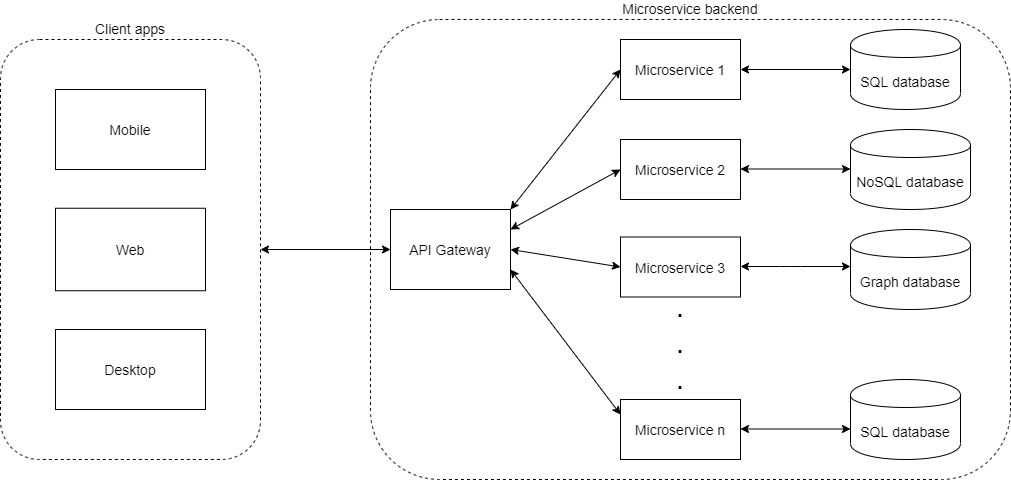
Before: assets/microservices.png, a diagram exported from draw.io (atomiv/atomiv.github.io). Source tidied: cells renumbered, new cells last; positions are measured from the earlier drawing's top-left corner, leaving out a move shared by most shapes. The source it was exported from:
```xml
<mxGraphModel background="#ffffff">
  <root>
    <mxCell id="0" />
    <mxCell id="1" parent="0" />
    <mxCell id="2" value="Client apps" style="rounded=1;whiteSpace=wrap;html=1;dashed=1;gradientColor=none;labelPosition=center;verticalLabelPosition=top;align=center;verticalAlign=bottom;fontSize=14;" parent="1" vertex="1">
      <mxGeometry y="20" width="260" height="420" as="geometry" />
    </mxCell>
    <mxCell id="3" value="Microservice backend" style="rounded=1;whiteSpace=wrap;html=1;dashed=1;labelPosition=center;verticalLabelPosition=top;align=center;verticalAlign=bottom;fontSize=14;" parent="1" vertex="1">
      <mxGeometry x="370" width="640" height="460" as="geometry" />
    </mxCell>
    <mxCell id="4" value="Mobile" style="rounded=0;whiteSpace=wrap;html=1;gradientColor=none;fontSize=14;" parent="1" vertex="1">
      <mxGeometry x="55" y="70" width="150" height="80" as="geometry" />
    </mxCell>
    <mxCell id="5" value="Web" style="rounded=0;whiteSpace=wrap;html=1;gradientColor=none;fontSize=14;" parent="1" vertex="1">
      <mxGeometry x="55" y="188.8" width="150" height="82.5" as="geometry" />
    </mxCell>
    <mxCell id="6" value="API Gateway" style="rounded=0;whiteSpace=wrap;html=1;gradientColor=none;fontSize=14;" parent="1" vertex="1">
      <mxGeometry x="390" y="190" width="120" height="80" as="geometry" />
    </mxCell>
    <mxCell id="7" style="endArrow=classic;startArrow=classic;html=1;entryX=0;entryY=0.5;entryDx=0;entryDy=0;fontSize=14;" parent="1" edge="1" source="2" target="6">
      <mxGeometry relative="1" as="geometry" />
    </mxCell>
    <mxCell id="8" value="Microservice 1" style="rounded=0;whiteSpace=wrap;html=1;gradientColor=none;fontSize=14;" parent="1" vertex="1">
      <mxGeometry x="620" y="20" width="120" height="60" as="geometry" />
    </mxCell>
    <mxCell id="9" value="Microservice n" style="rounded=0;whiteSpace=wrap;html=1;gradientColor=none;fontSize=14;" parent="1" vertex="1">
      <mxGeometry x="620" y="380" width="120" height="60" as="geometry" />
    </mxCell>
    <mxCell id="10" value="Microservice 2" style="rounded=0;whiteSpace=wrap;html=1;gradientColor=none;fontSize=14;" parent="1" vertex="1">
      <mxGeometry x="620" y="120" width="120" height="60" as="geometry" />
    </mxCell>
    <mxCell id="11" value="Microservice 3" style="rounded=0;whiteSpace=wrap;html=1;gradientColor=none;fontSize=14;" parent="1" vertex="1">
      <mxGeometry x="620" y="217.5" width="120" height="60" as="geometry" />
    </mxCell>
    <mxCell id="12" value=".&lt;br style=&quot;font-size: 30px;&quot;&gt;.&lt;br style=&quot;font-size: 30px;&quot;&gt;." style="text;html=1;strokeColor=none;fillColor=none;align=center;verticalAlign=middle;whiteSpace=wrap;rounded=0;fontSize=30;" parent="1" vertex="1">
      <mxGeometry x="660" y="285" width="40" height="75" as="geometry" />
    </mxCell>
    <mxCell id="13" style="endArrow=classic;startArrow=classic;html=1;fontSize=14;entryX=0;entryY=0.5;entryDx=0;entryDy=0;exitX=1;exitY=0;exitDx=0;exitDy=0;" parent="1" edge="1" source="6" target="8">
      <mxGeometry relative="1" as="geometry" />
    </mxCell>
    <mxCell id="14" style="endArrow=classic;startArrow=classic;html=1;fontSize=14;entryX=0;entryY=0.5;entryDx=0;entryDy=0;exitX=1;exitY=0.25;exitDx=0;exitDy=0;" parent="1" edge="1" source="6" target="10">
      <mxGeometry relative="1" as="geometry" />
    </mxCell>
    <mxCell id="15" style="endArrow=classic;startArrow=classic;html=1;fontSize=14;exitX=1;exitY=0.5;exitDx=0;exitDy=0;entryX=0;entryY=0.5;entryDx=0;entryDy=0;" parent="1" edge="1" source="6" target="11">
      <mxGeometry relative="1" as="geometry" />
    </mxCell>
    <mxCell id="16" style="endArrow=classic;startArrow=classic;html=1;fontSize=14;entryX=1;entryY=0.75;entryDx=0;entryDy=0;exitX=0;exitY=0.25;exitDx=0;exitDy=0;" parent="1" edge="1" source="9" target="6">
      <mxGeometry relative="1" as="geometry" />
    </mxCell>
    <mxCell id="17" value="SQL database" style="shape=cylinder;whiteSpace=wrap;html=1;boundedLbl=1;backgroundOutline=1;gradientColor=none;fontSize=14;" parent="1" vertex="1">
      <mxGeometry x="850" y="10" width="110" height="80" as="geometry" />
    </mxCell>
    <mxCell id="18" value="NoSQL database" style="shape=cylinder;whiteSpace=wrap;html=1;boundedLbl=1;backgroundOutline=1;gradientColor=none;fontSize=14;" parent="1" vertex="1">
      <mxGeometry x="850" y="110" width="120" height="80" as="geometry" />
    </mxCell>
    <mxCell id="19" value="Graph database" style="shape=cylinder;whiteSpace=wrap;html=1;boundedLbl=1;backgroundOutline=1;gradientColor=none;fontSize=14;" parent="1" vertex="1">
      <mxGeometry x="850" y="210" width="120" height="80" as="geometry" />
    </mxCell>
    <mxCell id="20" value="SQL database" style="shape=cylinder;whiteSpace=wrap;html=1;boundedLbl=1;backgroundOutline=1;gradientColor=none;fontSize=14;" parent="1" vertex="1">
      <mxGeometry x="850" y="360" width="110" height="80" as="geometry" />
    </mxCell>
    <mxCell id="21" style="endArrow=classic;startArrow=classic;html=1;fontSize=14;entryX=0;entryY=0.5;entryDx=0;entryDy=0;exitX=1;exitY=0.5;exitDx=0;exitDy=0;" parent="1" edge="1" source="8" target="17">
      <mxGeometry relative="1" as="geometry" />
    </mxCell>
    <mxCell id="22" style="endArrow=classic;startArrow=classic;html=1;fontSize=14;entryX=0;entryY=0.5;entryDx=0;entryDy=0;exitX=1;exitY=0.5;exitDx=0;exitDy=0;" parent="1" edge="1">
      <mxGeometry relative="1" as="geometry">
        <mxPoint x="740" y="149.5" as="sourcePoint" />
        <mxPoint x="850" y="149.5" as="targetPoint" />
      </mxGeometry>
    </mxCell>
    <mxCell id="23" style="endArrow=classic;startArrow=classic;html=1;fontSize=14;entryX=0;entryY=0.5;entryDx=0;entryDy=0;exitX=1;exitY=0.5;exitDx=0;exitDy=0;" parent="1" edge="1">
      <mxGeometry relative="1" as="geometry">
        <mxPoint x="740" y="247" as="sourcePoint" />
        <mxPoint x="850" y="247" as="targetPoint" />
        <Array as="points">
          <mxPoint x="790" y="247" />
        </Array>
      </mxGeometry>
    </mxCell>
    <mxCell id="24" style="endArrow=classic;startArrow=classic;html=1;fontSize=14;entryX=0;entryY=0.5;entryDx=0;entryDy=0;exitX=1;exitY=0.5;exitDx=0;exitDy=0;" parent="1" edge="1">
      <mxGeometry relative="1" as="geometry">
        <mxPoint x="740" y="409.5" as="sourcePoint" />
        <mxPoint x="850" y="409.5" as="targetPoint" />
      </mxGeometry>
    </mxCell>
    <mxCell id="25" value="Desktop" style="rounded=0;whiteSpace=wrap;html=1;gradientColor=none;fontSize=14;" parent="1" vertex="1">
      <mxGeometry x="55" y="310" width="150" height="80" as="geometry" />
    </mxCell>
  </root>
</mxGraphModel>
```
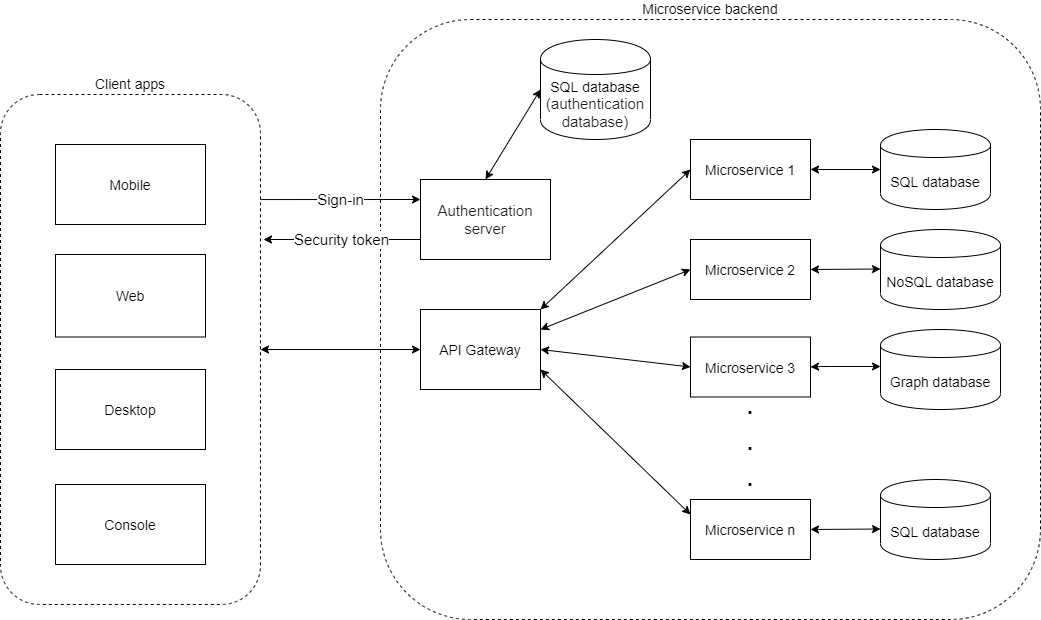
Later version of the same file.

The edit, as a diff of the source:
```diff
@@ -3,16 +3,16 @@
     <mxCell id="0" />
     <mxCell id="1" parent="0" />
     <mxCell id="2" value="Client apps" style="rounded=1;whiteSpace=wrap;html=1;dashed=1;gradientColor=none;labelPosition=center;verticalLabelPosition=top;align=center;verticalAlign=bottom;fontSize=14;" parent="1" vertex="1">
-      <mxGeometry y="20" width="260" height="420" as="geometry" />
+      <mxGeometry x="-30" y="-25" width="260" height="510" as="geometry" />
     </mxCell>
     <mxCell id="3" value="Microservice backend" style="rounded=1;whiteSpace=wrap;html=1;dashed=1;labelPosition=center;verticalLabelPosition=top;align=center;verticalAlign=bottom;fontSize=14;" parent="1" vertex="1">
-      <mxGeometry x="370" width="640" height="460" as="geometry" />
+      <mxGeometry x="350" y="-100" width="660" height="600" as="geometry" />
     </mxCell>
     <mxCell id="4" value="Mobile" style="rounded=0;whiteSpace=wrap;html=1;gradientColor=none;fontSize=14;" parent="1" vertex="1">
-      <mxGeometry x="55" y="70" width="150" height="80" as="geometry" />
+      <mxGeometry x="25" y="25" width="150" height="80" as="geometry" />
     </mxCell>
     <mxCell id="5" value="Web" style="rounded=0;whiteSpace=wrap;html=1;gradientColor=none;fontSize=14;" parent="1" vertex="1">
-      <mxGeometry x="55" y="188.8" width="150" height="82.5" as="geometry" />
+      <mxGeometry x="25" y="135" width="150" height="82.5" as="geometry" />
     </mxCell>
     <mxCell id="6" value="API Gateway" style="rounded=0;whiteSpace=wrap;html=1;gradientColor=none;fontSize=14;" parent="1" vertex="1">
       <mxGeometry x="390" y="190" width="120" height="80" as="geometry" />
@@ -21,19 +21,19 @@
       <mxGeometry relative="1" as="geometry" />
     </mxCell>
     <mxCell id="8" value="Microservice 1" style="rounded=0;whiteSpace=wrap;html=1;gradientColor=none;fontSize=14;" parent="1" vertex="1">
-      <mxGeometry x="620" y="20" width="120" height="60" as="geometry" />
+      <mxGeometry x="660" y="20" width="120" height="60" as="geometry" />
     </mxCell>
     <mxCell id="9" value="Microservice n" style="rounded=0;whiteSpace=wrap;html=1;gradientColor=none;fontSize=14;" parent="1" vertex="1">
-      <mxGeometry x="620" y="380" width="120" height="60" as="geometry" />
+      <mxGeometry x="660" y="380" width="120" height="60" as="geometry" />
     </mxCell>
     <mxCell id="10" value="Microservice 2" style="rounded=0;whiteSpace=wrap;html=1;gradientColor=none;fontSize=14;" parent="1" vertex="1">
-      <mxGeometry x="620" y="120" width="120" height="60" as="geometry" />
+      <mxGeometry x="660" y="120" width="120" height="60" as="geometry" />
     </mxCell>
     <mxCell id="11" value="Microservice 3" style="rounded=0;whiteSpace=wrap;html=1;gradientColor=none;fontSize=14;" parent="1" vertex="1">
-      <mxGeometry x="620" y="217.5" width="120" height="60" as="geometry" />
+      <mxGeometry x="660" y="217.5" width="120" height="60" as="geometry" />
     </mxCell>
     <mxCell id="12" value=".&lt;br style=&quot;font-size: 30px;&quot;&gt;.&lt;br style=&quot;font-size: 30px;&quot;&gt;." style="text;html=1;strokeColor=none;fillColor=none;align=center;verticalAlign=middle;whiteSpace=wrap;rounded=0;fontSize=30;" parent="1" vertex="1">
-      <mxGeometry x="660" y="285" width="40" height="75" as="geometry" />
+      <mxGeometry x="700" y="280" width="40" height="80" as="geometry" />
     </mxCell>
     <mxCell id="13" style="endArrow=classic;startArrow=classic;html=1;fontSize=14;entryX=0;entryY=0.5;entryDx=0;entryDy=0;exitX=1;exitY=0;exitDx=0;exitDy=0;" parent="1" edge="1" source="6" target="8">
       <mxGeometry relative="1" as="geometry" />
@@ -62,29 +62,52 @@
     <mxCell id="21" style="endArrow=classic;startArrow=classic;html=1;fontSize=14;entryX=0;entryY=0.5;entryDx=0;entryDy=0;exitX=1;exitY=0.5;exitDx=0;exitDy=0;" parent="1" edge="1" source="8" target="17">
       <mxGeometry relative="1" as="geometry" />
     </mxCell>
-    <mxCell id="22" style="endArrow=classic;startArrow=classic;html=1;fontSize=14;entryX=0;entryY=0.5;entryDx=0;entryDy=0;exitX=1;exitY=0.5;exitDx=0;exitDy=0;" parent="1" edge="1">
+    <mxCell id="22" style="endArrow=classic;startArrow=classic;html=1;fontSize=14;entryX=0;entryY=0.5;entryDx=0;entryDy=0;" parent="1" edge="1">
       <mxGeometry relative="1" as="geometry">
-        <mxPoint x="740" y="149.5" as="sourcePoint" />
+        <mxPoint x="780" y="150" as="sourcePoint" />
         <mxPoint x="850" y="149.5" as="targetPoint" />
       </mxGeometry>
     </mxCell>
-    <mxCell id="23" style="endArrow=classic;startArrow=classic;html=1;fontSize=14;entryX=0;entryY=0.5;entryDx=0;entryDy=0;exitX=1;exitY=0.5;exitDx=0;exitDy=0;" parent="1" edge="1">
+    <mxCell id="23" style="endArrow=classic;startArrow=classic;html=1;fontSize=14;entryX=0;entryY=0.5;entryDx=0;entryDy=0;exitX=1;exitY=0.5;exitDx=0;exitDy=0;" parent="1" edge="1" source="11">
       <mxGeometry relative="1" as="geometry">
-        <mxPoint x="740" y="247" as="sourcePoint" />
         <mxPoint x="850" y="247" as="targetPoint" />
         <Array as="points">
           <mxPoint x="790" y="247" />
         </Array>
       </mxGeometry>
     </mxCell>
-    <mxCell id="24" style="endArrow=classic;startArrow=classic;html=1;fontSize=14;entryX=0;entryY=0.5;entryDx=0;entryDy=0;exitX=1;exitY=0.5;exitDx=0;exitDy=0;" parent="1" edge="1">
+    <mxCell id="24" style="endArrow=classic;startArrow=classic;html=1;fontSize=14;entryX=0;entryY=0.5;entryDx=0;entryDy=0;" parent="1" edge="1">
       <mxGeometry relative="1" as="geometry">
-        <mxPoint x="740" y="409.5" as="sourcePoint" />
+        <mxPoint x="780" y="410" as="sourcePoint" />
         <mxPoint x="850" y="409.5" as="targetPoint" />
       </mxGeometry>
     </mxCell>
     <mxCell id="25" value="Desktop" style="rounded=0;whiteSpace=wrap;html=1;gradientColor=none;fontSize=14;" parent="1" vertex="1">
-      <mxGeometry x="55" y="310" width="150" height="80" as="geometry" />
+      <mxGeometry x="25" y="250" width="150" height="80" as="geometry" />
     </mxCell>
+    <mxCell id="26" value="Console" style="rounded=0;whiteSpace=wrap;html=1;gradientColor=none;fontSize=14;" parent="1" vertex="1">
+      <mxGeometry x="25" y="365" width="150" height="80" as="geometry" />
+    </mxCell>
+    <mxCell id="27" value="&lt;span style=&quot;color: rgba(0 , 0 , 0 , 0.87) ; text-align: left ; background-color: rgb(255 , 255 , 255)&quot;&gt;&lt;font style=&quot;font-size: 15px&quot;&gt;Authentication server&lt;/font&gt;&lt;/span&gt;" style="rounded=0;whiteSpace=wrap;html=1;" parent="1" vertex="1">
+      <mxGeometry x="390" y="60" width="130" height="80" as="geometry" />
+    </mxCell>
+    <mxCell id="28" value="Sign-in" style="endArrow=classic;html=1;entryX=0;entryY=0.25;entryDx=0;entryDy=0;exitX=1;exitY=0.206;exitDx=0;exitDy=0;exitPerimeter=0;fontSize=15;" parent="1" edge="1" source="2" target="27">
+      <mxGeometry relative="1" as="geometry" />
+    </mxCell>
+    <mxCell id="29" value="Security token" style="endArrow=classic;html=1;fontSize=15;" parent="1" edge="1">
+      <mxGeometry relative="1" as="geometry">
+        <mxPoint x="390" y="120" as="sourcePoint" />
+        <mxPoint x="233" y="120" as="targetPoint" />
+        <Array as="points">
+          <mxPoint x="390" y="120" />
+        </Array>
+      </mxGeometry>
+    </mxCell>
+    <mxCell id="30" value="SQL database&lt;br&gt;&lt;span style=&quot;color: rgba(0 , 0 , 0 , 0.87) ; font-size: 15px ; text-align: left ; background-color: rgb(255 , 255 , 255)&quot;&gt;(authentication database)&lt;/span&gt;" style="shape=cylinder;whiteSpace=wrap;html=1;boundedLbl=1;backgroundOutline=1;gradientColor=none;fontSize=14;" parent="1" vertex="1">
+      <mxGeometry x="510" y="-80" width="110" height="100" as="geometry" />
+    </mxCell>
+    <mxCell id="31" style="endArrow=classic;startArrow=classic;html=1;fontSize=14;entryX=0;entryY=0.5;entryDx=0;entryDy=0;exitX=0.5;exitY=0;exitDx=0;exitDy=0;" parent="1" edge="1" source="27" target="30">
+      <mxGeometry relative="1" as="geometry" />
+    </mxCell>
   </root>
 </mxGraphModel>
```
